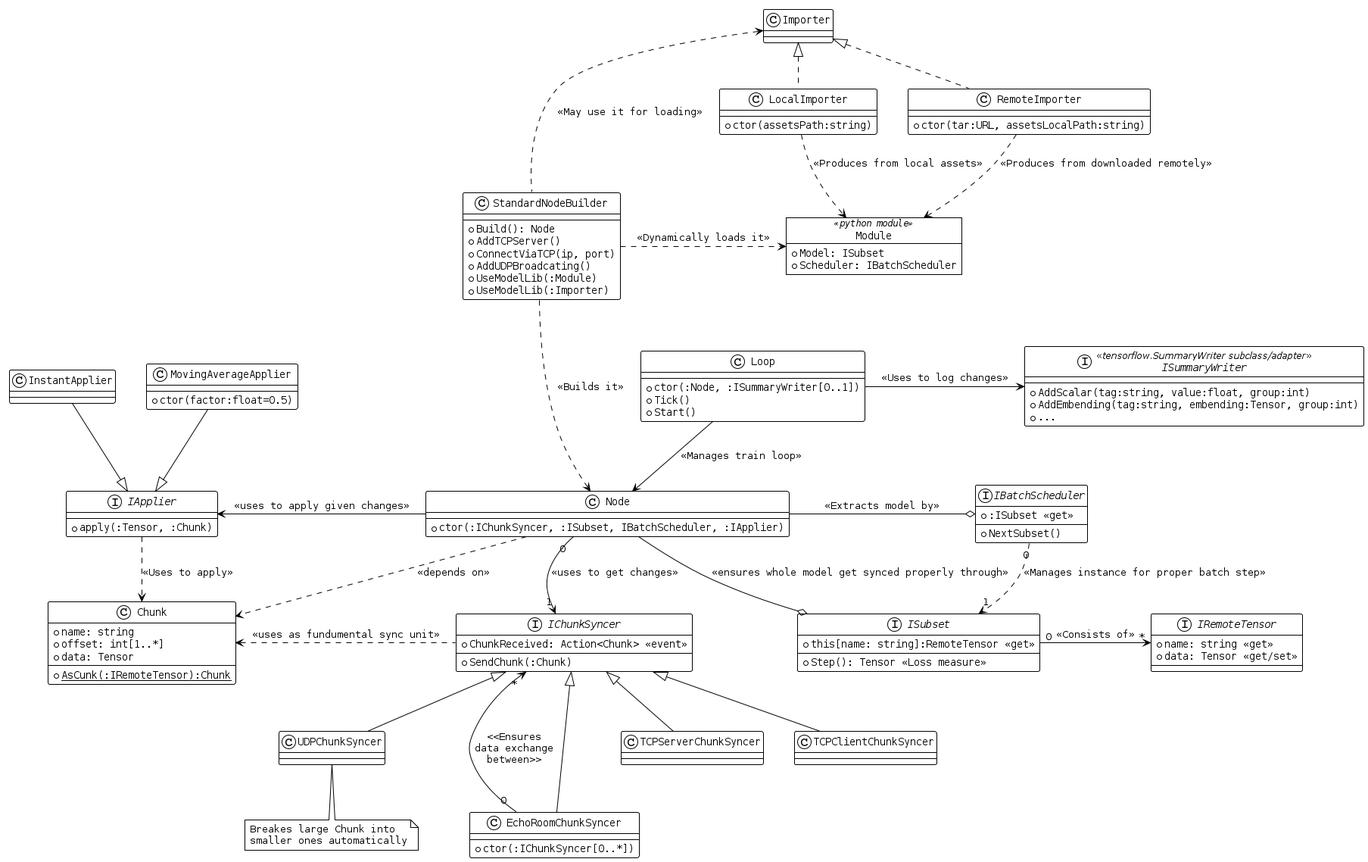
This is out/classdiagram/classdiagram.png from Egorkin-enabled/Redistributed, a PlantUML export, as it was before one commit. Source of this version:
```plantuml
@startuml

!theme plain
skinparam DefaultFontName Monospaced

interface IBatchScheduler {
    + :ISubset <<get>>
    + NextSubset()
}

interface ISubset {
    + Step(): Tensor <<Loss measure>>
    + this[name: string]:RemoteTensor <<get>>
}

ISubset "0" -right-> "*" IRemoteTensor: <<Consists of>>
IApplier ..> Chunk: <<Uses to apply>>

IBatchScheduler "0" ..> "1" ISubset: <<Manages instance for proper batch step>>

class Node {
	+ctor(:IChunkSyncer, :ISubset, IBatchScheduler, :IApplier)
}


interface IChunkSyncer {
    + ChunkReceived: Action<Chunk> <<event>>
    + SendChunk(:Chunk)
}

IChunkSyncer .left.> Chunk: <<uses as fundumental sync unit>>

class EchoRoomChunkSyncer {
	+ ctor(:IChunkSyncer[0..*])
}

IChunkSyncer <|-- UDPChunkSyncer
IChunkSyncer <|-- TCPServerChunkSyncer
IChunkSyncer <|-- TCPClientChunkSyncer
IChunkSyncer <|-- EchoRoomChunkSyncer

IChunkSyncer "*" <--- "0" EchoRoomChunkSyncer: <<Ensures\ndata exchange\nbetween>>

note "Breakes large Chunk into\nsmaller ones automatically" as 	AutoBreak

AutoBreak .up. UDPChunkSyncer

Node "0" --> "1" IChunkSyncer: <<uses to get changes>>
Node -left-> IApplier: <<uses to apply given changes>>

Node ..> Chunk: <<depends on>>
Node -right-o IBatchScheduler: <<Extracts model by>>
Node -right-o ISubset: <<ensures whole model get synced properly through>>

class Chunk {
    + name: string
    + offset: int[1..*]
    + data: Tensor
	+ {static} AsCunk(:IRemoteTensor):Chunk
}


interface IRemoteTensor {
    + name: string <<get>>
    + data: Tensor <<get/set>>
}

interface IApplier {
    + apply(:Tensor, :Chunk)
}

interface ISummaryWriter <<tensorflow.SummaryWriter subclass/adapter>> {
	+ AddScalar(tag:string, value:float, group:int)
	+ AddEmbending(tag:string, embending:Tensor, group:int)
	+ {method} ...
}

class Loop {
	+ctor(:Node, :ISummaryWriter[0..1])
	+ Tick()
	+ Start()
}

Loop --> Node: <<Manages train loop>>
Loop -right-> ISummaryWriter: <<Uses to log changes>>

class MovingAverageApplier {
	+ctor(factor:float=0.5)
}

MovingAverageApplier --|> IApplier
InstantApplier --|> IApplier

class StandardNodeBuilder {
	+ Build(): Node
	+ AddTCPServer()
	+ ConnectViaTCP(ip, port)
	+ AddUDPBroadcating()
	+ UseModelLib(:Module)
	+ UseModelLib(:Importer)
}

object Module <<python module>> {
	+ Model: ISubset
	+ Scheduler: IBatchScheduler
}

StandardNodeBuilder ...> Node: <<Builds it>>
StandardNodeBuilder .right.> Module: <<Dynamically loads it>>

class RemoteImporter {
	+ ctor(tar:URL, assetsLocalPath:string)
}

class LocalImporter {
	+ ctor(assetsPath:string)
}

RemoteImporter ..> Module: <<Produces from downloaded remotely>>
LocalImporter ..> Module: <<Produces from local assets>>

Importer <|.. LocalImporter
Importer <|.. RemoteImporter

StandardNodeBuilder .up..> Importer: <<May use it for loading>>

@enduml
```
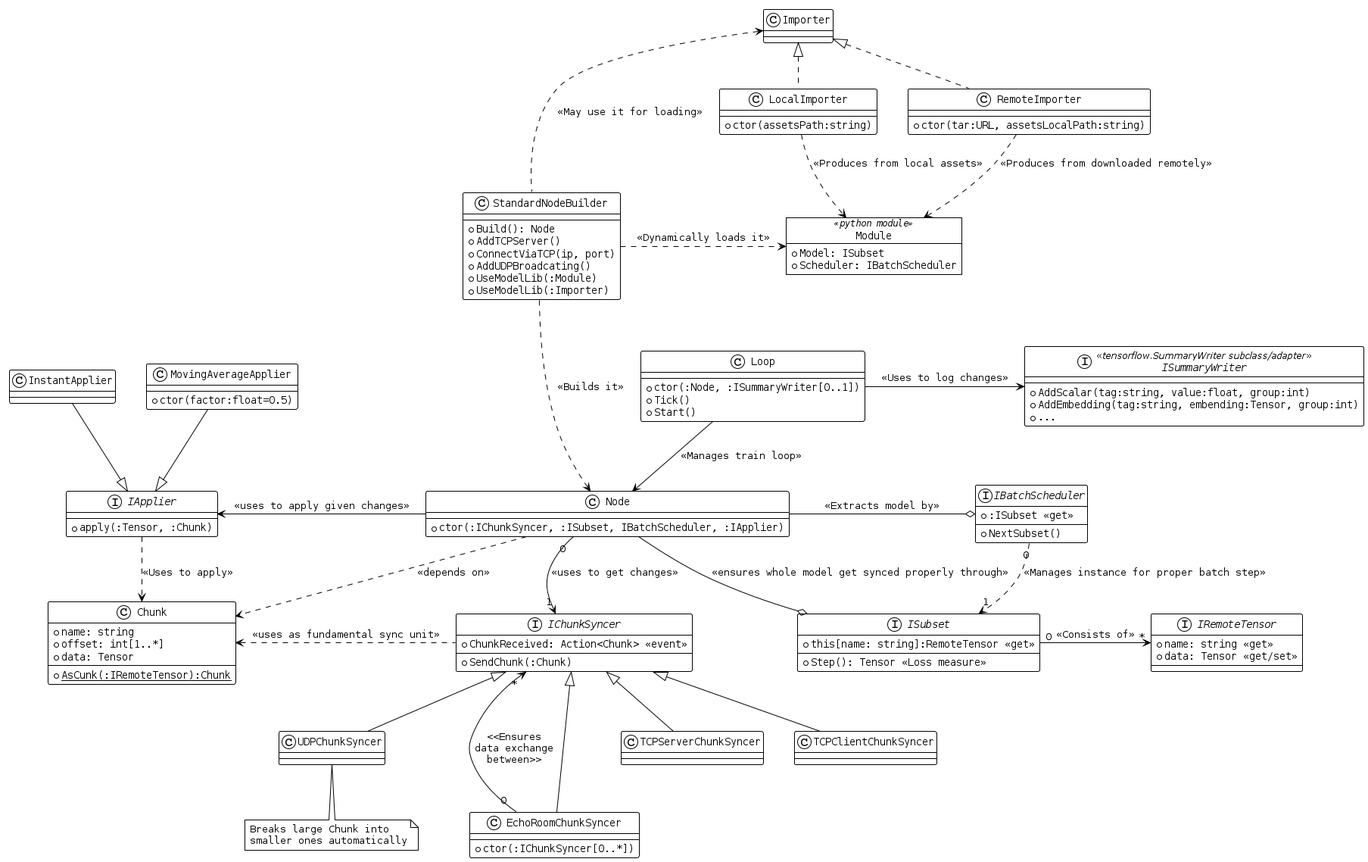
The same file after the commit.

Commit message:
Added new sequentional diagram with asset suyncing via TCP.

The edit, as a diff of the source:
```diff
@@ -28,7 +28,7 @@
     + SendChunk(:Chunk)
 }
 
-IChunkSyncer .left.> Chunk: <<uses as fundumental sync unit>>
+IChunkSyncer .left.> Chunk: <<uses as fundamental sync unit>>
 
 class EchoRoomChunkSyncer {
 	+ ctor(:IChunkSyncer[0..*])
@@ -41,7 +41,7 @@
 
 IChunkSyncer "*" <--- "0" EchoRoomChunkSyncer: <<Ensures\ndata exchange\nbetween>>
 
-note "Breakes large Chunk into\nsmaller ones automatically" as 	AutoBreak
+note "Breaks large Chunk into\nsmaller ones automatically" as 	AutoBreak
 
 AutoBreak .up. UDPChunkSyncer
 
@@ -71,7 +71,7 @@
 
 interface ISummaryWriter <<tensorflow.SummaryWriter subclass/adapter>> {
 	+ AddScalar(tag:string, value:float, group:int)
-	+ AddEmbending(tag:string, embending:Tensor, group:int)
+	+ AddEmbedding(tag:string, embending:Tensor, group:int)
 	+ {method} ...
 }
 
```
